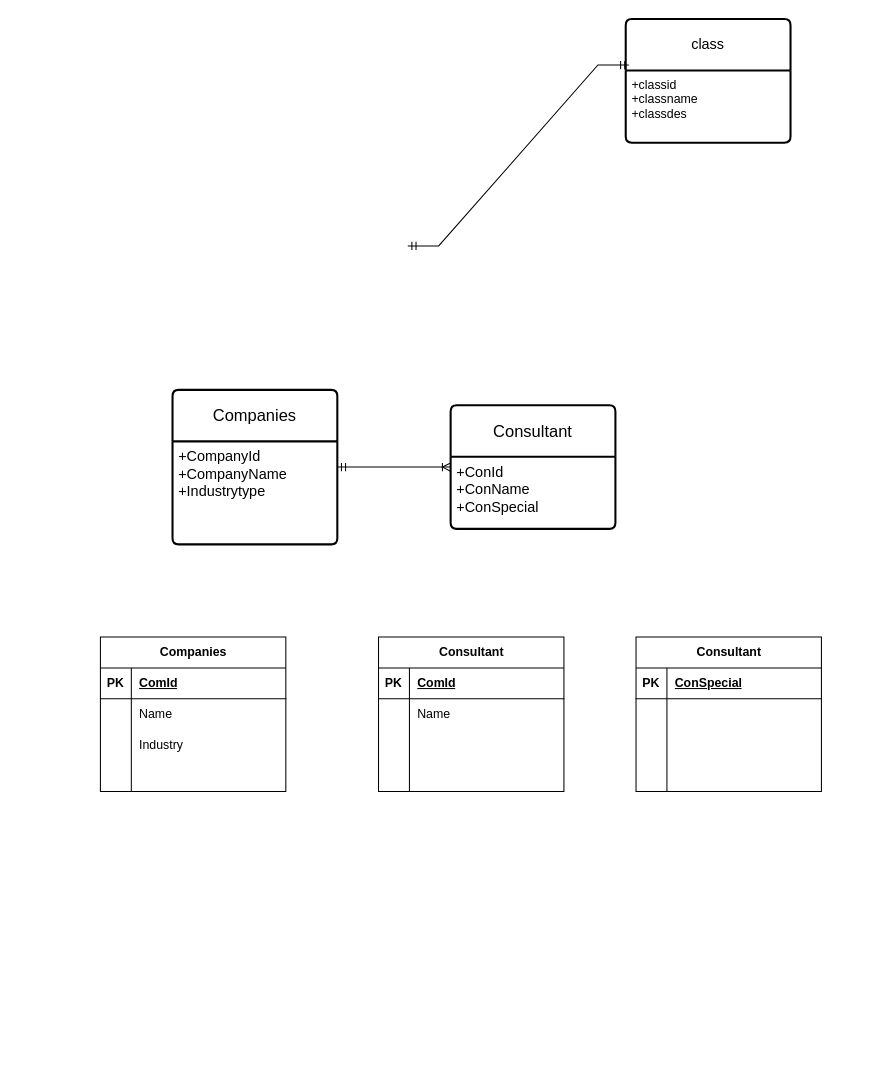
The draw.io diagram Biểu đồ không có tiêu đề.drawio in 2101140003-ngocminh/Project, before the edit. Source tidied: cells renumbered, new cells numbered last; positions are measured from the earlier drawing's top-left corner, leaving out a move shared by most shapes. Both pictures are drawn from the tidied source at 103%, with x=0, y=0 at pixel (100, 19).
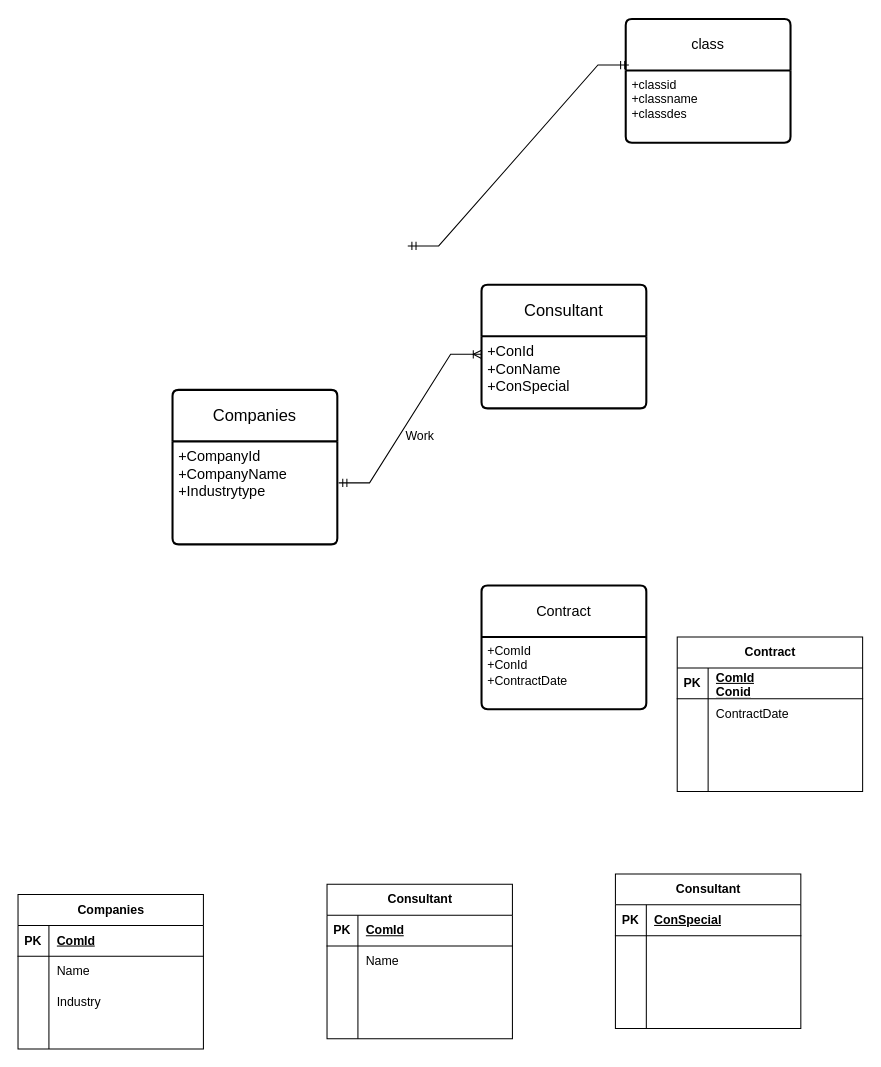
The same diagram, later.

Commit message:
Cập nhật Biểu đồ không có tiêu đề.drawio

Unchanged cells that the change refers to:
```xml
<mxCell id="19" value="&lt;font style=&quot;font-size: 14px;&quot;&gt;+CompanyId&lt;/font&gt;&lt;div style=&quot;font-size: 14px;&quot;&gt;&lt;font style=&quot;font-size: 14px;&quot;&gt;+CompanyName&lt;/font&gt;&lt;/div&gt;&lt;div style=&quot;font-size: 14px;&quot;&gt;&lt;font style=&quot;font-size: 14px;&quot;&gt;+Industrytype&lt;/font&gt;&lt;/div&gt;" style="align=left;strokeColor=none;fillColor=none;spacingLeft=4;fontSize=12;verticalAlign=top;html=1;" parent="18" vertex="1">
  <mxGeometry y="50" width="160" height="100" as="geometry" />
</mxCell>
<mxCell id="21" value="&lt;font style=&quot;font-size: 14px;&quot;&gt;+ConId&lt;/font&gt;&lt;div style=&quot;font-size: 14px;&quot;&gt;&lt;font style=&quot;font-size: 14px;&quot;&gt;+ConName&lt;/font&gt;&lt;/div&gt;&lt;div style=&quot;font-size: 14px;&quot;&gt;&lt;font style=&quot;font-size: 14px;&quot;&gt;+ConSpecial&lt;/font&gt;&lt;/div&gt;" style="align=left;strokeColor=none;fillColor=none;spacingLeft=4;fontSize=12;verticalAlign=top;html=1;" parent="20" vertex="1">
  <mxGeometry y="50" width="160" height="70" as="geometry" />
</mxCell>
```

The edit, as a diff of the source:
```diff
@@
     <mxCell id="2" value="Companies" style="shape=table;startSize=30;childLayout=tableLayout;rowLines=0;fontStyle=1;align=center;html=1;" parent="1" vertex="1">
-      <mxGeometry y="600" width="180" height="150" as="geometry" />
+      <mxGeometry x="-80" y="850" width="180" height="150" as="geometry" />
     </mxCell>
@@
     <mxCell id="20" value="&lt;font style=&quot;font-size: 16px;&quot;&gt;Consultant&lt;/font&gt;" style="swimlane;horizontal=1;startSize=50;rounded=1;fontSize=14;fontStyle=0;strokeWidth=2;shadow=0;dashed=0;align=center;arcSize=4;whiteSpace=wrap;html=1;" parent="1" vertex="1">
-      <mxGeometry x="340" y="375" width="160" height="120" as="geometry" />
+      <mxGeometry x="370" y="258" width="160" height="120" as="geometry" />
     </mxCell>
@@
-    <mxCell id="22" style="edgeStyle=entityRelationEdgeStyle;fontSize=12;html=1;endArrow=ERoneToMany;startArrow=ERmandOne;rounded=0;entryX=0;entryY=0.5;entryDx=0;entryDy=0;exitX=1;exitY=0.25;exitDx=0;exitDy=0;" parent="1" edge="1" source="19" target="20">
-      <mxGeometry relative="1" as="geometry">
-        <Array as="points">
-          <mxPoint x="260" y="530" />
-        </Array>
-      </mxGeometry>
-    </mxCell>
     <mxCell id="23" value="Consultant" style="shape=table;startSize=30;childLayout=tableLayout;rowLines=0;fontStyle=1;align=center;html=1;" parent="1" vertex="1">
-      <mxGeometry x="270" y="600" width="180" height="150" as="geometry" />
+      <mxGeometry x="220" y="840" width="180" height="150" as="geometry" />
     </mxCell>
@@
     <mxCell id="36" value="Consultant" style="shape=table;startSize=30;childLayout=tableLayout;rowLines=0;fontStyle=1;align=center;html=1;" parent="1" vertex="1">
-      <mxGeometry x="520" y="600" width="180" height="150" as="geometry" />
+      <mxGeometry x="500" y="830" width="180" height="150" as="geometry" />
     </mxCell>
@@
+    <mxCell id="49" style="edgeStyle=entityRelationEdgeStyle;fontSize=12;html=1;endArrow=ERoneToMany;startArrow=ERmandOne;rounded=0;exitX=1.008;exitY=0.403;exitDx=0;exitDy=0;exitPerimeter=0;entryX=0;entryY=0.25;entryDx=0;entryDy=0;" parent="1" edge="1" source="19" target="21">
+      <mxGeometry relative="1" as="geometry" />
+    </mxCell>
+    <mxCell id="50" value="Contract" style="swimlane;horizontal=1;startSize=50;rounded=1;fontSize=14;fontStyle=0;strokeWidth=2;shadow=0;dashed=0;align=center;arcSize=4;whiteSpace=wrap;html=1;" parent="1" vertex="1">
+      <mxGeometry x="370" y="550" width="160" height="120" as="geometry" />
+    </mxCell>
+    <mxCell id="51" value="+ComId&lt;div&gt;+ConId&lt;/div&gt;&lt;div&gt;+ContractDate&lt;/div&gt;" style="align=left;strokeColor=none;fillColor=none;spacingLeft=4;fontSize=12;verticalAlign=top;html=1;" parent="50" vertex="1">
+      <mxGeometry y="50" width="160" height="70" as="geometry" />
+    </mxCell>
+    <mxCell id="52" value="Work" style="text;html=1;align=center;verticalAlign=middle;strokeColor=none;fillColor=none;" parent="1" vertex="1">
+      <mxGeometry x="285" y="390" width="50" height="30" as="geometry" />
+    </mxCell>
+    <mxCell id="53" value="Contract" style="shape=table;startSize=30;childLayout=tableLayout;rowLines=0;fontStyle=1;align=center;html=1;" parent="1" vertex="1">
+      <mxGeometry x="560" y="600" width="180" height="150" as="geometry" />
+    </mxCell>
+    <mxCell id="54" style="shape=tableRow;horizontal=0;startSize=0;swimlaneHead=0;swimlaneBody=0;fillColor=none;top=0;left=0;right=0;bottom=1;" parent="53" vertex="1">
+      <mxGeometry y="30" width="180" height="30" as="geometry" />
+    </mxCell>
+    <mxCell id="55" value="PK" style="shape=partialRectangle;fillColor=none;top=0;left=0;bottom=0;right=0;fontStyle=1;overflow=hidden;whiteSpace=wrap;html=1;" parent="54" vertex="1">
+      <mxGeometry width="30" height="30" as="geometry" />
+    </mxCell>
+    <mxCell id="56" value="ComId&lt;div&gt;Conid&lt;/div&gt;" style="shape=partialRectangle;fillColor=none;top=0;left=0;bottom=0;right=0;align=left;spacingLeft=6;fontStyle=5;overflow=hidden;whiteSpace=wrap;html=1;" parent="54" vertex="1">
+      <mxGeometry x="30" width="150" height="30" as="geometry" />
+    </mxCell>
+    <mxCell id="57" style="shape=tableRow;horizontal=0;startSize=0;swimlaneHead=0;swimlaneBody=0;fillColor=none;top=0;left=0;right=0;bottom=0;" parent="53" vertex="1">
+      <mxGeometry y="60" width="180" height="30" as="geometry" />
+    </mxCell>
+    <mxCell id="58" style="shape=partialRectangle;fillColor=none;top=0;left=0;bottom=0;right=0;overflow=hidden;whiteSpace=wrap;html=1;" parent="57" vertex="1">
+      <mxGeometry width="30" height="30" as="geometry" />
+    </mxCell>
+    <mxCell id="59" value="ContractDate" style="shape=partialRectangle;fillColor=none;top=0;left=0;bottom=0;right=0;align=left;spacingLeft=6;overflow=hidden;whiteSpace=wrap;html=1;" parent="57" vertex="1">
+      <mxGeometry x="30" width="150" height="30" as="geometry" />
+    </mxCell>
+    <mxCell id="60" style="shape=tableRow;horizontal=0;startSize=0;swimlaneHead=0;swimlaneBody=0;fillColor=none;top=0;left=0;right=0;bottom=0;" parent="53" vertex="1">
+      <mxGeometry y="90" width="180" height="30" as="geometry" />
+    </mxCell>
+    <mxCell id="61" style="shape=partialRectangle;fillColor=none;top=0;left=0;bottom=0;right=0;overflow=hidden;whiteSpace=wrap;html=1;" parent="60" vertex="1">
+      <mxGeometry width="30" height="30" as="geometry" />
+    </mxCell>
+    <mxCell id="62" style="shape=partialRectangle;fillColor=none;top=0;left=0;bottom=0;right=0;align=left;spacingLeft=6;overflow=hidden;whiteSpace=wrap;html=1;" parent="60" vertex="1">
+      <mxGeometry x="30" width="150" height="30" as="geometry" />
+    </mxCell>
+    <mxCell id="63" style="shape=tableRow;horizontal=0;startSize=0;swimlaneHead=0;swimlaneBody=0;fillColor=none;top=0;left=0;right=0;bottom=0;" parent="53" vertex="1">
+      <mxGeometry y="120" width="180" height="30" as="geometry" />
+    </mxCell>
+    <mxCell id="64" style="shape=partialRectangle;fillColor=none;top=0;left=0;bottom=0;right=0;overflow=hidden;whiteSpace=wrap;html=1;" parent="63" vertex="1">
+      <mxGeometry width="30" height="30" as="geometry" />
+    </mxCell>
+    <mxCell id="65" style="shape=partialRectangle;fillColor=none;top=0;left=0;bottom=0;right=0;align=left;spacingLeft=6;overflow=hidden;whiteSpace=wrap;html=1;" parent="63" vertex="1">
+      <mxGeometry x="30" width="150" height="30" as="geometry" />
+    </mxCell>
```
